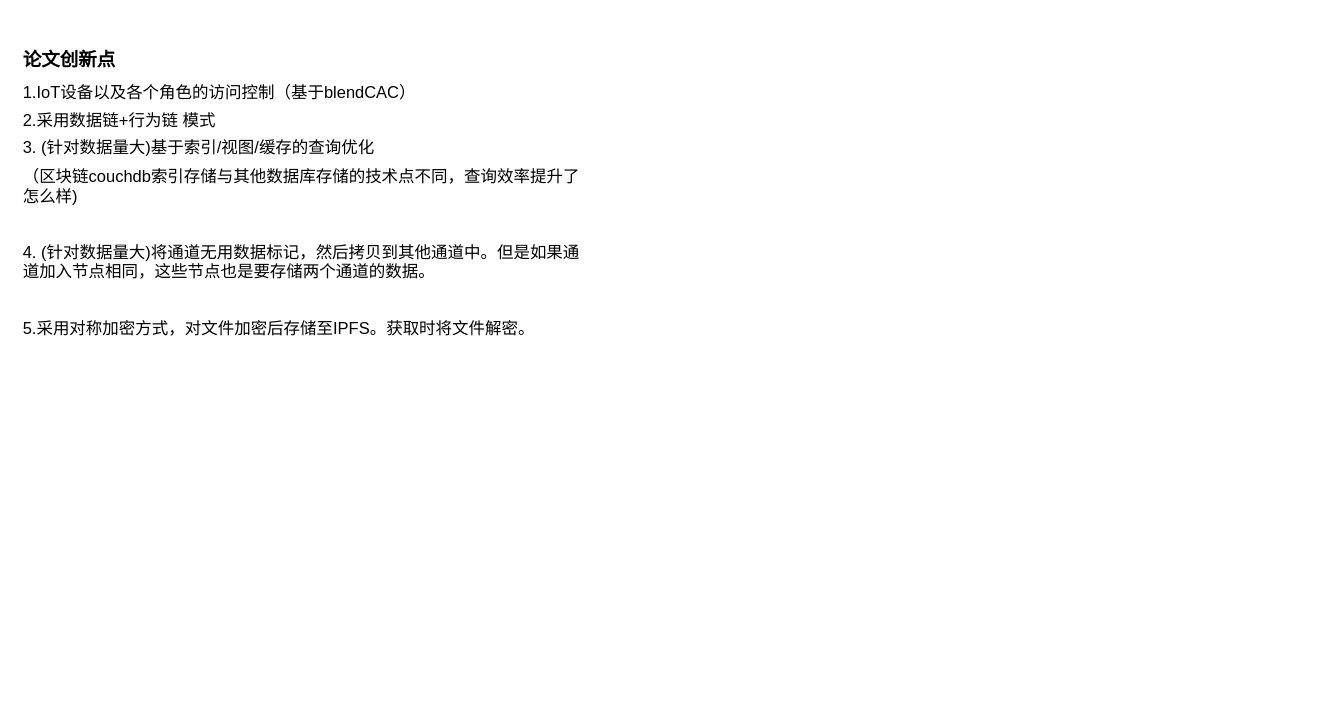
lhq-HuNan/image keeps this draw.io diagram as 未命名绘图.drawio. Above is the earlier version. Source tidied: cells renumbered, new cells numbered last; positions are measured from the earlier drawing's top-left corner, leaving out a move shared by most shapes. Both pictures are drawn from the tidied source at 103%, with x=0, y=0 at pixel (18, 48).
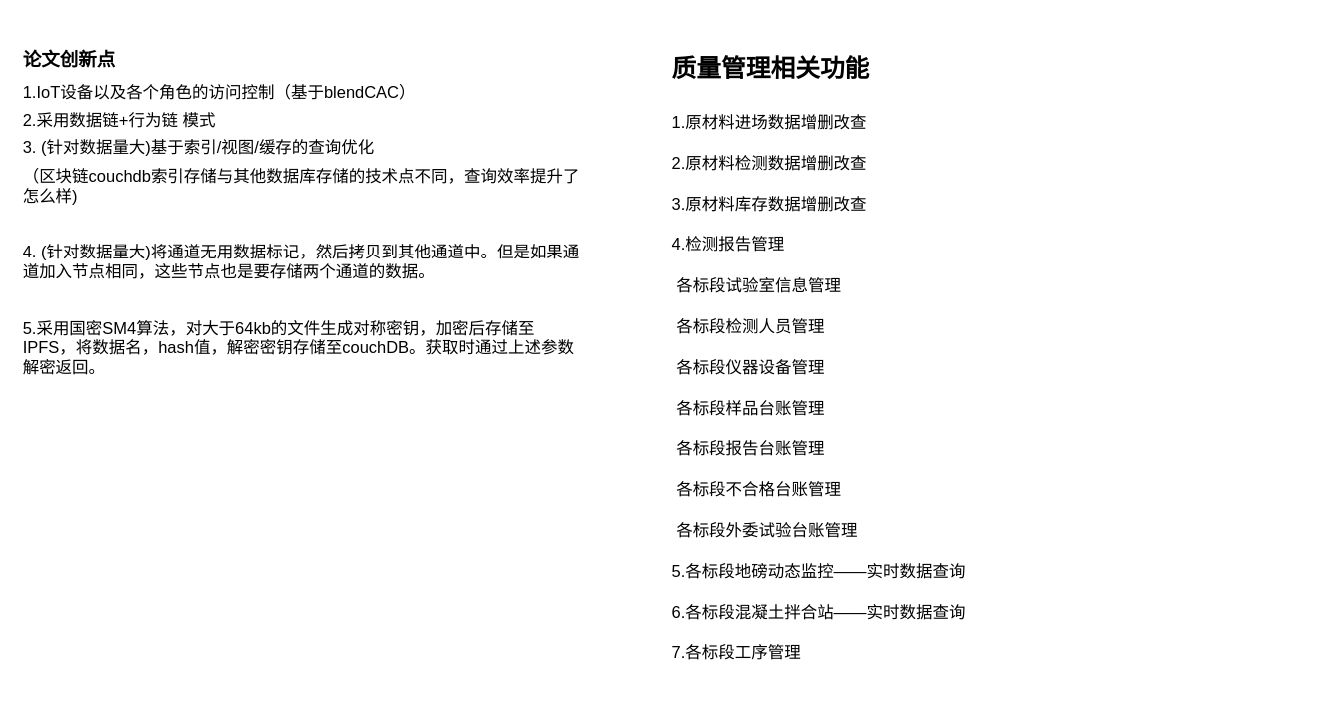
The same page after the edit.

Commit message (it also covers changes not shown here):
更新未命名绘图.drawio

Diff of the diagram source:
```diff
@@
 <mxGraphModel>
   <root>
     <mxCell id="0" />
     <mxCell id="1" parent="0" />
-    <mxCell id="2" value="&lt;h1&gt;&lt;font style=&quot;font-size: 18px&quot;&gt;论文创新点&lt;/font&gt;&lt;/h1&gt;&lt;p&gt;&lt;font size=&quot;3&quot;&gt;1.IoT设备以及各个角色的访问控制（基于blendCAC）&lt;/font&gt;&lt;/p&gt;&lt;p&gt;&lt;font size=&quot;3&quot;&gt;2.采用数据链+行为链 模式&lt;/font&gt;&lt;/p&gt;&lt;p&gt;&lt;font size=&quot;3&quot;&gt;3. (针对数据量大)基于索引/视图/缓存的查询优化&amp;nbsp;&lt;/font&gt;&lt;/p&gt;&lt;p&gt;&lt;font size=&quot;3&quot;&gt;（区块链couchdb索引存储与其他数据库存储的技术点不同，查询效率提升了怎么样)&lt;/font&gt;&lt;/p&gt;&lt;p&gt;&lt;font size=&quot;3&quot;&gt;&lt;br&gt;&lt;/font&gt;&lt;/p&gt;&lt;p&gt;&lt;font size=&quot;3&quot;&gt;4. (针对数据量大)将通道无用数据标记，然后拷贝到其他通道中。但是如果通道加入节点相同，这些节点也是要存储两个通道的数据。&lt;/font&gt;&lt;/p&gt;&lt;p&gt;&lt;font size=&quot;3&quot;&gt;&lt;br&gt;&lt;/font&gt;&lt;/p&gt;&lt;p&gt;&lt;font size=&quot;3&quot;&gt;5.采用对称加密方式，对文件加密后存储至IPFS。获取时将文件解密。&lt;/font&gt;&lt;/p&gt;&lt;div&gt;&lt;br&gt;&lt;/div&gt;" style="text;html=1;strokeColor=none;fillColor=none;spacing=5;spacingTop=-20;whiteSpace=wrap;overflow=hidden;rounded=0;fontSize=8;" parent="1" vertex="1">
+    <mxCell id="2" value="&lt;h1&gt;&lt;font style=&quot;font-size: 18px&quot;&gt;论文创新点&lt;/font&gt;&lt;/h1&gt;&lt;p&gt;&lt;font size=&quot;3&quot;&gt;1.IoT设备以及各个角色的访问控制（基于blendCAC）&lt;/font&gt;&lt;/p&gt;&lt;p&gt;&lt;font size=&quot;3&quot;&gt;2.采用数据链+行为链 模式&lt;/font&gt;&lt;/p&gt;&lt;p&gt;&lt;font size=&quot;3&quot;&gt;3. (针对数据量大)基于索引/视图/缓存的查询优化&amp;nbsp;&lt;/font&gt;&lt;/p&gt;&lt;p&gt;&lt;font size=&quot;3&quot;&gt;（区块链couchdb索引存储与其他数据库存储的技术点不同，查询效率提升了怎么样)&lt;/font&gt;&lt;/p&gt;&lt;p&gt;&lt;font size=&quot;3&quot;&gt;&lt;br&gt;&lt;/font&gt;&lt;/p&gt;&lt;p&gt;&lt;font size=&quot;3&quot;&gt;4. (针对数据量大)将通道无用数据标记，然后拷贝到其他通道中。但是如果通道加入节点相同，这些节点也是要存储两个通道的数据。&lt;/font&gt;&lt;/p&gt;&lt;p&gt;&lt;font size=&quot;3&quot;&gt;&lt;br&gt;&lt;/font&gt;&lt;/p&gt;&lt;p&gt;&lt;font size=&quot;3&quot;&gt;5.采用国密SM4算法，对大于64kb的文件生成对称密钥，加密后存储至IPFS，将数据名，hash值，解密密钥存储至couchDB。获取时通过上述参数解密返回。&lt;/font&gt;&lt;/p&gt;&lt;div&gt;&lt;br&gt;&lt;/div&gt;" style="text;html=1;strokeColor=none;fillColor=none;spacing=5;spacingTop=-20;whiteSpace=wrap;overflow=hidden;rounded=0;fontSize=8;" parent="1" vertex="1">
       <mxGeometry width="550" height="340" as="geometry" />
     </mxCell>
+    <mxCell id="3" value="&lt;h1&gt;&lt;font style=&quot;font-size: 24px&quot;&gt;质量管理相关功能&lt;/font&gt;&lt;/h1&gt;&lt;p&gt;&lt;font size=&quot;3&quot;&gt;1.原材料进场数据增删改查&lt;/font&gt;&lt;/p&gt;&lt;p&gt;&lt;font size=&quot;3&quot;&gt;2.原材料检测数据增删改查&lt;/font&gt;&lt;/p&gt;&lt;p&gt;&lt;font size=&quot;3&quot;&gt;3.原材料库存数据增删改查&lt;/font&gt;&lt;/p&gt;&lt;p&gt;&lt;font size=&quot;3&quot;&gt;4.检测报告管理&lt;/font&gt;&lt;/p&gt;&lt;p&gt;&lt;font size=&quot;3&quot;&gt;&lt;span style=&quot;white-space: pre&quot;&gt; &lt;/span&gt;各标段试验室信息管理&lt;br&gt;&lt;/font&gt;&lt;/p&gt;&lt;p&gt;&lt;font size=&quot;3&quot;&gt;&lt;span style=&quot;white-space: pre&quot;&gt; &lt;/span&gt;各标段检测人员管理&lt;br&gt;&lt;/font&gt;&lt;/p&gt;&lt;p&gt;&lt;font size=&quot;3&quot;&gt;&lt;span style=&quot;white-space: pre&quot;&gt; &lt;/span&gt;各标段仪器设备管理&lt;br&gt;&lt;/font&gt;&lt;/p&gt;&lt;p&gt;&lt;font size=&quot;3&quot;&gt;&lt;span style=&quot;white-space: pre&quot;&gt; &lt;/span&gt;各标段样品台账管理&lt;br&gt;&lt;/font&gt;&lt;/p&gt;&lt;p&gt;&lt;font size=&quot;3&quot;&gt;&lt;span style=&quot;white-space: pre&quot;&gt; &lt;/span&gt;各标段报告台账管理&lt;br&gt;&lt;/font&gt;&lt;/p&gt;&lt;p&gt;&lt;font size=&quot;3&quot;&gt;&lt;span style=&quot;white-space: pre&quot;&gt; &lt;/span&gt;各标段不合格台账管理&lt;br&gt;&lt;/font&gt;&lt;/p&gt;&lt;p&gt;&lt;font size=&quot;3&quot;&gt;&lt;span style=&quot;white-space: pre&quot;&gt; &lt;/span&gt;各标段外委试验台账管理&lt;br&gt;&lt;/font&gt;&lt;/p&gt;&lt;p&gt;&lt;font size=&quot;3&quot;&gt;5.各标段地磅动态监控——实时数据查询&lt;/font&gt;&lt;/p&gt;&lt;p&gt;&lt;font size=&quot;3&quot;&gt;6.各标段混凝土拌合站——实时数据查询&lt;/font&gt;&lt;/p&gt;&lt;p&gt;&lt;font size=&quot;3&quot;&gt;7.各标段工序管理&lt;/font&gt;&lt;/p&gt;&lt;p&gt;&lt;font size=&quot;3&quot;&gt;&lt;br&gt;&lt;/font&gt;&lt;/p&gt;&lt;p&gt;&lt;font size=&quot;3&quot;&gt;&lt;span style=&quot;white-space: pre&quot;&gt; &lt;/span&gt;&lt;br&gt;&lt;/font&gt;&lt;/p&gt;&lt;p&gt;&lt;font size=&quot;3&quot;&gt;&lt;span style=&quot;white-space: pre&quot;&gt; &lt;/span&gt;&lt;br&gt;&lt;/font&gt;&lt;/p&gt;" style="text;html=1;strokeColor=none;fillColor=none;spacing=5;spacingTop=-20;whiteSpace=wrap;overflow=hidden;rounded=0;fontSize=18;" parent="1" vertex="1">
+      <mxGeometry x="630" y="-20" width="630" height="640" as="geometry" />
+    </mxCell>
   </root>
 </mxGraphModel>
```
